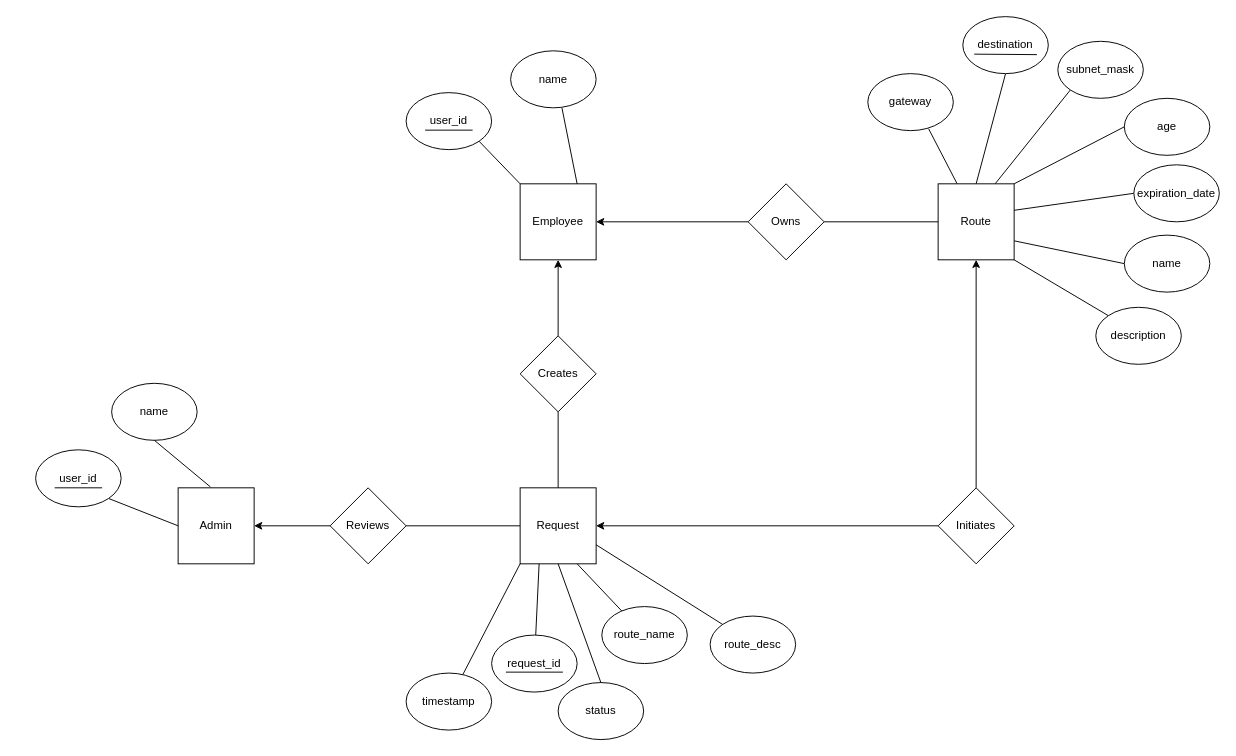
This is vpn-routing-erd.drawio from macsyd/csc370-database-project, a draw.io file, before an edit. Source tidied: cells renumbered, new cells numbered last; positions are measured from the earlier drawing's top-left corner, leaving out a move shared by most shapes. Both pictures are drawn from the tidied source at 95%, with x=0, y=0 at pixel (35, 16).
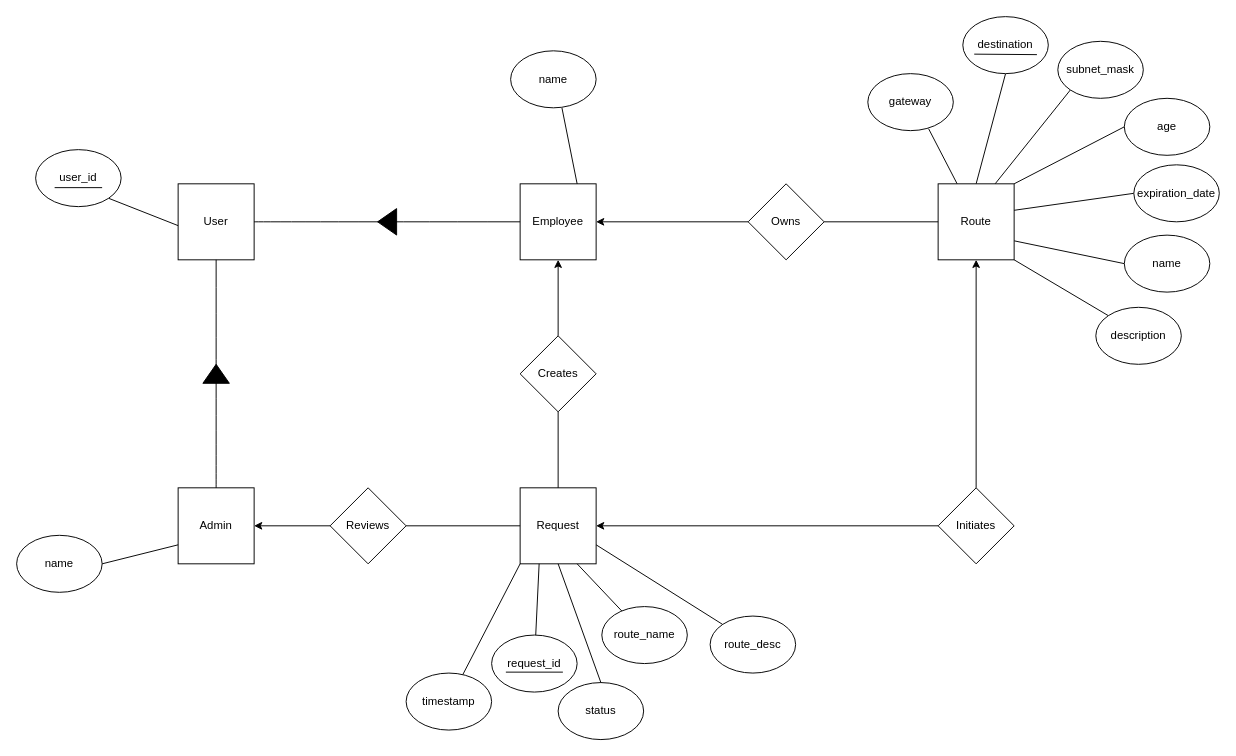
Above is the later version.

Commit message:
Add inheritance to ERD

The change refers to these unchanged cells:
```xml
<mxCell id="18" value="Employee" style="whiteSpace=wrap;html=1;" parent="1" vertex="1">
  <mxGeometry x="510" y="176" width="80" height="80" as="geometry" />
</mxCell>
<mxCell id="35" value="Admin" style="whiteSpace=wrap;html=1;" parent="1" vertex="1">
  <mxGeometry x="150" y="496" width="80" height="80" as="geometry" />
</mxCell>
```

What changed in the source:
```diff
@@
-    <mxCell id="17" style="rounded=0;jettySize=auto;html=1;exitX=0;exitY=0;exitDx=0;exitDy=0;entryX=1;entryY=1;entryDx=0;entryDy=0;endArrow=none;endFill=0;" parent="1" edge="1" source="18" target="19">
-      <mxGeometry relative="1" as="geometry" />
-    </mxCell>
@@
-    <mxCell id="19" value="user_id" style="ellipse;whiteSpace=wrap;html=1;" parent="1" vertex="1">
-      <mxGeometry x="390" y="80" width="90" height="60" as="geometry" />
-    </mxCell>
@@
-    <mxCell id="23" style="endArrow=none;html=1;rounded=0;" parent="1" edge="1">
-      <mxGeometry relative="1" as="geometry">
-        <mxPoint x="410" y="119.5" as="sourcePoint" />
-        <mxPoint x="460" y="119.5" as="targetPoint" />
-      </mxGeometry>
-    </mxCell>
@@
-    <mxCell id="36" style="rounded=0;jettySize=auto;html=1;exitX=0;exitY=0.5;exitDx=0;exitDy=0;entryX=1;entryY=1;entryDx=0;entryDy=0;endArrow=none;endFill=0;" parent="1" edge="1" source="35" target="37">
-      <mxGeometry relative="1" as="geometry" />
-    </mxCell>
-    <mxCell id="37" value="user_id" style="ellipse;whiteSpace=wrap;html=1;" parent="1" vertex="1">
-      <mxGeometry y="456" width="90" height="60" as="geometry" />
-    </mxCell>
-    <mxCell id="38" style="endArrow=none;html=1;rounded=0;" parent="1" edge="1">
-      <mxGeometry relative="1" as="geometry">
-        <mxPoint x="20" y="496" as="sourcePoint" />
-        <mxPoint x="70" y="496" as="targetPoint" />
-      </mxGeometry>
-    </mxCell>
@@
     <mxCell id="48" value="name" style="ellipse;whiteSpace=wrap;html=1;" parent="1" vertex="1">
-      <mxGeometry x="80" y="386" width="90" height="60" as="geometry" />
+      <mxGeometry x="-20" y="546" width="90" height="60" as="geometry" />
     </mxCell>
-    <mxCell id="49" style="rounded=0;jettySize=auto;html=1;exitX=0.5;exitY=1;exitDx=0;exitDy=0;endArrow=none;endFill=0;entryX=0.425;entryY=-0.012;entryDx=0;entryDy=0;entryPerimeter=0;" parent="1" edge="1" source="48" target="35">
+    <mxCell id="49" style="rounded=0;jettySize=auto;html=1;exitX=1;exitY=0.5;exitDx=0;exitDy=0;endArrow=none;endFill=0;entryX=0;entryY=0.75;entryDx=0;entryDy=0;" parent="1" edge="1" source="48" target="35">
       <mxGeometry relative="1" as="geometry" />
     </mxCell>
@@
+    <mxCell id="54" value="User" style="whiteSpace=wrap;html=1;" parent="1" vertex="1">
+      <mxGeometry x="150" y="176" width="80" height="80" as="geometry" />
+    </mxCell>
+    <mxCell id="55" style="endArrow=none;html=1;rounded=0;fontSize=12;startSize=8;endSize=8;curved=1;entryX=0.5;entryY=1;entryDx=0;entryDy=0;exitX=0.5;exitY=0;exitDx=0;exitDy=0;" parent="1" edge="1" source="35" target="54">
+      <mxGeometry relative="1" as="geometry" />
+    </mxCell>
+    <mxCell id="56" style="endArrow=none;html=1;rounded=0;fontSize=12;startSize=8;endSize=8;curved=1;exitX=1;exitY=0.5;exitDx=0;exitDy=0;entryX=0;entryY=0.5;entryDx=0;entryDy=0;" parent="1" edge="1" source="54" target="18">
+      <mxGeometry relative="1" as="geometry" />
+    </mxCell>
+    <mxCell id="57" style="shape=mxgraph.arrows2.wedgeArrow;html=1;startWidth=13.939393939393938;fillColor=strokeColor;defaultFillColor=invert;defaultGradientColor=invert;rounded=0;fontSize=12;startSize=8;endSize=8;curved=1;" parent="1" edge="1">
+      <mxGeometry relative="1" as="geometry">
+        <mxPoint x="190" y="386" as="sourcePoint" />
+        <mxPoint x="190" y="366" as="targetPoint" />
+      </mxGeometry>
+    </mxCell>
+    <mxCell id="58" style="shape=mxgraph.arrows2.wedgeArrow;html=1;startWidth=13.939393939393938;fillColor=strokeColor;defaultFillColor=invert;defaultGradientColor=invert;rounded=0;fontSize=12;startSize=8;endSize=8;curved=1;" parent="1" edge="1">
+      <mxGeometry relative="1" as="geometry">
+        <mxPoint x="380" y="216" as="sourcePoint" />
+        <mxPoint x="360" y="216" as="targetPoint" />
+      </mxGeometry>
+    </mxCell>
+    <mxCell id="59" style="rounded=0;jettySize=auto;html=1;exitX=0;exitY=0.5;exitDx=0;exitDy=0;entryX=1;entryY=1;entryDx=0;entryDy=0;endArrow=none;endFill=0;" parent="1" edge="1" target="60">
+      <mxGeometry relative="1" as="geometry">
+        <mxPoint x="150" y="220" as="sourcePoint" />
+      </mxGeometry>
+    </mxCell>
+    <mxCell id="60" value="user_id" style="ellipse;whiteSpace=wrap;html=1;" parent="1" vertex="1">
+      <mxGeometry y="140" width="90" height="60" as="geometry" />
+    </mxCell>
+    <mxCell id="61" style="endArrow=none;html=1;rounded=0;" parent="1" edge="1">
+      <mxGeometry relative="1" as="geometry">
+        <mxPoint x="20" y="180" as="sourcePoint" />
+        <mxPoint x="70" y="180" as="targetPoint" />
+      </mxGeometry>
+    </mxCell>
```
